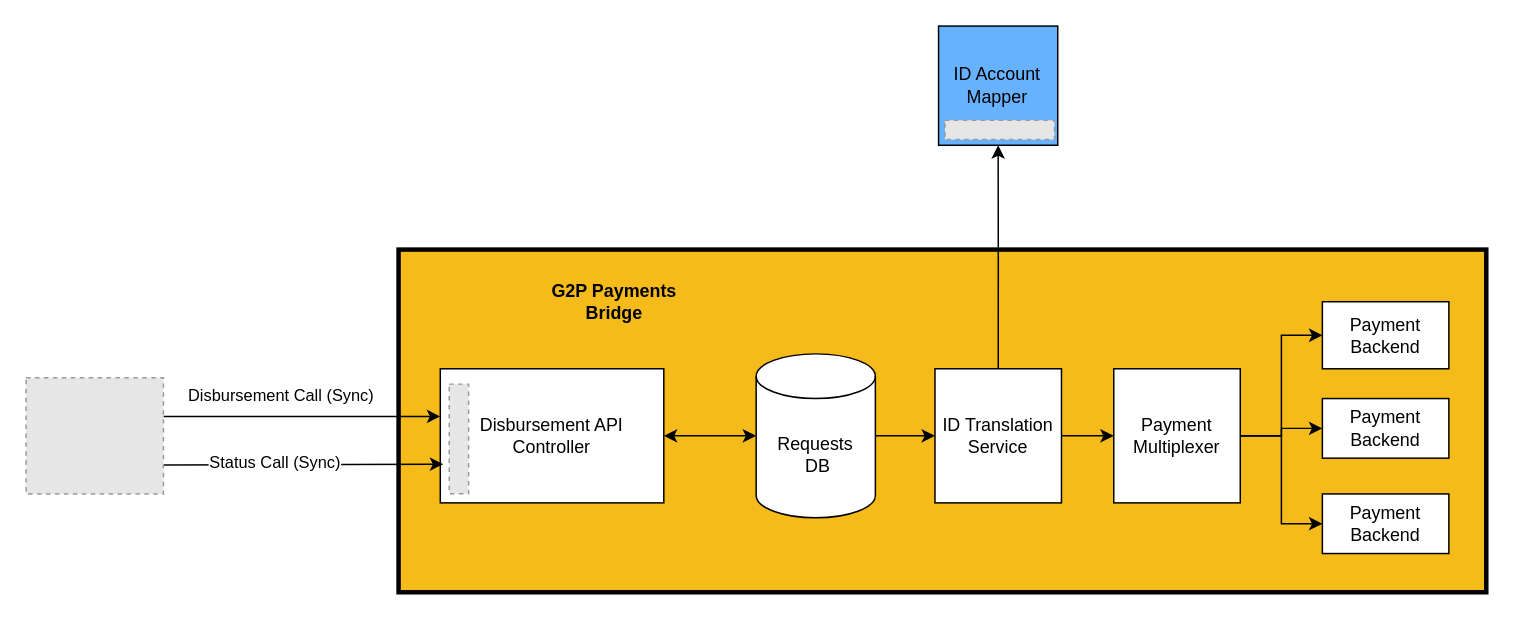
Before: .gitbook/assets/gpb-architecture.drawio in OpenG2P/openg2p-documentation, a draw.io diagram. Source tidied: cells renumbered, new cells numbered last; positions are measured from the earlier drawing's top-left corner, leaving out a move shared by most shapes. Both pictures are drawn from the tidied source at 149%, with x=0, y=0 at pixel (25, 25). Pictures stored in the file or linked from it are replaced by grey dashed boxes.
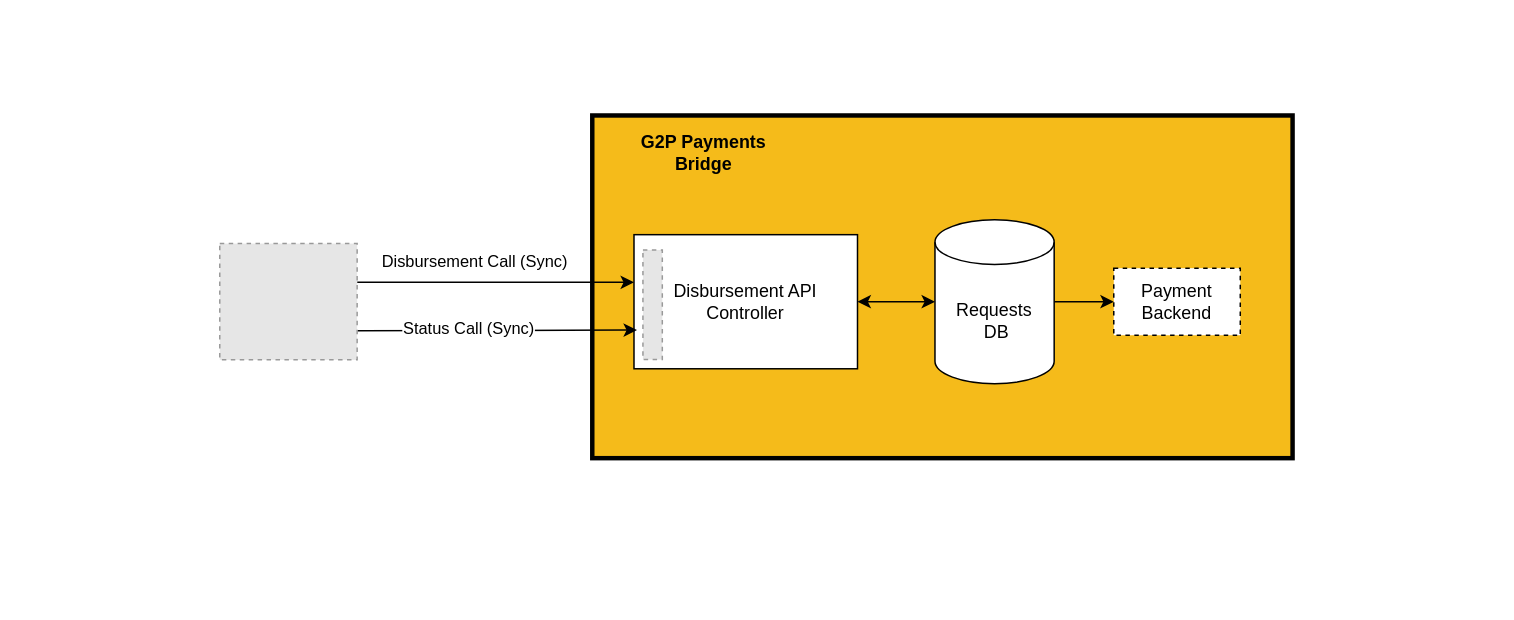
The same page after the edit.

Commit message (it also covers changes not shown here):
Modified GPB Architecture

Diff of the diagram source:
```diff
@@
-    <mxCell id="2" style="rounded=0;whiteSpace=wrap;html=1;fillColor=#F5BB1A;strokeColor=#000000;align=left;strokeWidth=3;" parent="1" vertex="1">
-      <mxGeometry x="250" y="150" width="730" height="230" as="geometry" />
-    </mxCell>
-    <mxCell id="3" style="edgeStyle=orthogonalEdgeStyle;rounded=0;jettySize=auto;html=1;exitX=1;exitY=0.5;exitDx=0;exitDy=0;exitPerimeter=0;entryX=0;entryY=0.5;entryDx=0;entryDy=0;" parent="1" edge="1" source="4" target="20">
-      <mxGeometry relative="1" as="geometry" />
-    </mxCell>
+    <mxCell id="28" style="rounded=0;whiteSpace=wrap;html=1;fillColor=#F5BB1A;strokeColor=#000000;align=left;strokeWidth=3;" parent="1" vertex="1">
+      <mxGeometry x="380" y="60" width="470" height="230" as="geometry" />
+    </mxCell>
+    <mxCell id="29" style="edgeStyle=orthogonalEdgeStyle;rounded=0;jettySize=auto;html=1;exitX=1;exitY=0.5;exitDx=0;exitDy=0;exitPerimeter=0;entryX=0;entryY=0.5;entryDx=0;entryDy=0;" parent="1" edge="1" source="4" target="34">
+      <mxGeometry relative="1" as="geometry" />
+    </mxCell>
     <mxCell id="4" value="Requests&lt;br&gt;&amp;nbsp;DB" style="shape=cylinder3;whiteSpace=wrap;html=1;boundedLbl=1;backgroundOutline=1;size=15;" parent="1" vertex="1">
-      <mxGeometry x="490" y="220" width="80" height="110" as="geometry" />
+      <mxGeometry x="610" y="130" width="80" height="110" as="geometry" />
     </mxCell>
-    <mxCell id="5" style="group;" parent="1" vertex="1">
-      <mxGeometry x="298" y="230" width="130" height="90" as="geometry" />
-    </mxCell>
+    <mxCell id="30" style="group;" parent="1" vertex="1">
+      <mxGeometry x="428" y="140" width="130" height="90" as="geometry" />
+    </mxCell>
-    <mxCell id="6" style="group;" parent="5" vertex="1">
+    <mxCell id="6" style="group;" parent="30" vertex="1">
       <mxGeometry x="-20" width="150" height="90" as="geometry" />
     </mxCell>
@@
-    <mxCell id="9" style="edgeStyle=orthogonalEdgeStyle;rounded=0;orthogonalLoop=1;jettySize=auto;html=1;entryX=0;entryY=0.5;entryDx=0;entryDy=0;" parent="1" edge="1">
-      <mxGeometry relative="1" as="geometry">
-        <mxPoint x="92.2" y="262" as="sourcePoint" />
-        <mxPoint x="278" y="262" as="targetPoint" />
-      </mxGeometry>
-    </mxCell>
+    <mxCell id="31" style="edgeStyle=orthogonalEdgeStyle;rounded=0;orthogonalLoop=1;jettySize=auto;html=1;entryX=0;entryY=0.5;entryDx=0;entryDy=0;" parent="1" edge="1">
+      <mxGeometry relative="1" as="geometry">
+        <mxPoint x="222.2" y="172" as="sourcePoint" />
+        <mxPoint x="408" y="172" as="targetPoint" />
+      </mxGeometry>
+    </mxCell>
-    <mxCell id="10" value="Disbursement Call (Sync)" style="edgeLabel;html=1;align=center;verticalAlign=middle;" parent="9" vertex="1">
+    <mxCell id="10" value="Disbursement Call (Sync)" style="edgeLabel;html=1;align=center;verticalAlign=middle;" parent="31" vertex="1">
       <mxGeometry x="-0.45" y="2" relative="1" as="geometry">
         <mxPoint x="27" y="-13" as="offset" />
       </mxGeometry>
     </mxCell>
-    <mxCell id="11" style="edgeStyle=orthogonalEdgeStyle;rounded=0;jettySize=auto;html=1;exitX=1;exitY=0.75;exitDx=0;exitDy=0;" parent="1" edge="1" source="13">
-      <mxGeometry relative="1" as="geometry">
-        <mxPoint x="280" y="294" as="targetPoint" />
-      </mxGeometry>
-    </mxCell>
+    <mxCell id="32" style="edgeStyle=orthogonalEdgeStyle;rounded=0;jettySize=auto;html=1;exitX=1;exitY=0.75;exitDx=0;exitDy=0;" parent="1" edge="1" source="33">
+      <mxGeometry relative="1" as="geometry">
+        <mxPoint x="410" y="204" as="targetPoint" />
+      </mxGeometry>
+    </mxCell>
-    <mxCell id="12" value="Status Call (Sync)" style="edgeLabel;html=1;align=center;verticalAlign=middle;" parent="11" vertex="1">
+    <mxCell id="12" value="Status Call (Sync)" style="edgeLabel;html=1;align=center;verticalAlign=middle;" parent="32" vertex="1">
       <mxGeometry x="-0.21" y="2" relative="1" as="geometry" />
     </mxCell>
-    <mxCell id="13" style="fillColor=#E6E6E6;strokeColor=#999999;dashed=1;verticalLabelPosition=bottom;verticalAlign=top;" parent="1" vertex="1">
-      <mxGeometry y="236" width="92.2" height="78" as="geometry" />
-    </mxCell>
+    <mxCell id="33" style="fillColor=#E6E6E6;strokeColor=#999999;dashed=1;verticalLabelPosition=bottom;verticalAlign=top;" parent="1" vertex="1">
+      <mxGeometry x="130" y="146" width="92.2" height="78" as="geometry" />
+    </mxCell>
@@
     <mxCell id="15" value="&lt;b&gt;G2P Payments Bridge&lt;/b&gt;" style="text;html=1;strokeColor=none;fillColor=none;align=center;verticalAlign=middle;whiteSpace=wrap;rounded=0;" parent="1" vertex="1">
-      <mxGeometry x="340" y="170" width="110" height="30" as="geometry" />
+      <mxGeometry x="400" y="70" width="110" height="30" as="geometry" />
     </mxCell>
-    <mxCell id="16" value="ID Account Mapper" style="whiteSpace=wrap;html=1;fillColor=#66B2FF;" parent="1" vertex="1">
-      <mxGeometry x="612.4" width="80" height="80" as="geometry" />
-    </mxCell>
-    <mxCell id="17" style="fillColor=#E6E6E6;strokeColor=#999999;dashed=1;verticalLabelPosition=bottom;verticalAlign=top;" parent="1" vertex="1">
-      <mxGeometry x="616.7" y="63.2" width="73.5" height="13" as="geometry" />
-    </mxCell>
-    <mxCell id="18" style="edgeStyle=orthogonalEdgeStyle;rounded=0;jettySize=auto;html=1;exitX=0.5;exitY=0;exitDx=0;exitDy=0;entryX=0.5;entryY=1;entryDx=0;entryDy=0;" parent="1" edge="1" source="20" target="16">
-      <mxGeometry relative="1" as="geometry" />
-    </mxCell>
-    <mxCell id="19" style="edgeStyle=orthogonalEdgeStyle;rounded=0;jettySize=auto;html=1;exitX=1;exitY=0.5;exitDx=0;exitDy=0;entryX=0;entryY=0.5;entryDx=0;entryDy=0;" parent="1" edge="1" source="20" target="24">
-      <mxGeometry relative="1" as="geometry" />
-    </mxCell>
-    <mxCell id="20" value="ID Translation Service" style="rounded=0;whiteSpace=wrap;html=1;" parent="1" vertex="1">
-      <mxGeometry x="610" y="230" width="84.9" height="90" as="geometry" />
-    </mxCell>
-    <mxCell id="21" style="edgeStyle=orthogonalEdgeStyle;rounded=0;jettySize=auto;html=1;exitX=1;exitY=0.5;exitDx=0;exitDy=0;entryX=0;entryY=0.5;entryDx=0;entryDy=0;" parent="1" edge="1" source="24" target="25">
-      <mxGeometry relative="1" as="geometry" />
-    </mxCell>
-    <mxCell id="22" style="edgeStyle=orthogonalEdgeStyle;rounded=0;jettySize=auto;html=1;exitX=1;exitY=0.5;exitDx=0;exitDy=0;entryX=0;entryY=0.5;entryDx=0;entryDy=0;" parent="1" edge="1" source="24" target="26">
-      <mxGeometry relative="1" as="geometry" />
-    </mxCell>
-    <mxCell id="23" style="edgeStyle=orthogonalEdgeStyle;rounded=0;jettySize=auto;html=1;exitX=1;exitY=0.5;exitDx=0;exitDy=0;entryX=0;entryY=0.5;entryDx=0;entryDy=0;" parent="1" edge="1" source="24" target="27">
-      <mxGeometry relative="1" as="geometry" />
-    </mxCell>
-    <mxCell id="24" value="Payment Multiplexer" style="rounded=0;whiteSpace=wrap;html=1;" parent="1" vertex="1">
-      <mxGeometry x="730" y="230" width="84.9" height="90" as="geometry" />
-    </mxCell>
-    <mxCell id="25" value="Payment Backend" style="rounded=0;whiteSpace=wrap;html=1;" parent="1" vertex="1">
-      <mxGeometry x="870" y="185" width="84.9" height="45" as="geometry" />
-    </mxCell>
-    <mxCell id="26" value="Payment Backend" style="rounded=0;whiteSpace=wrap;html=1;" parent="1" vertex="1">
-      <mxGeometry x="870" y="250" width="84.9" height="40" as="geometry" />
-    </mxCell>
-    <mxCell id="27" value="Payment Backend" style="rounded=0;whiteSpace=wrap;html=1;" parent="1" vertex="1">
-      <mxGeometry x="870" y="314" width="84.9" height="40" as="geometry" />
-    </mxCell>
+    <mxCell id="34" value="Payment Backend" style="rounded=0;whiteSpace=wrap;html=1;dashed=1;" parent="1" vertex="1">
+      <mxGeometry x="730" y="162.5" width="84.9" height="45" as="geometry" />
+    </mxCell>
```
